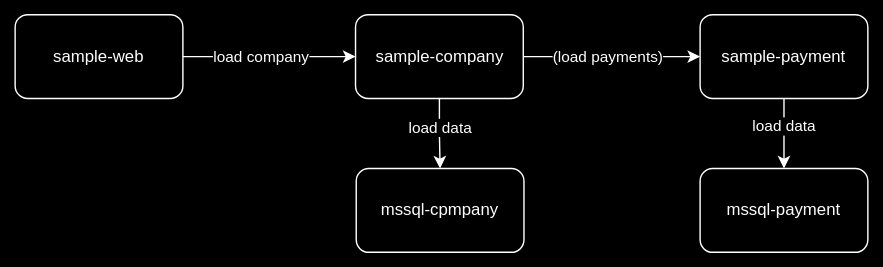
Earlier version of the draw.io export assets/sample-app.drawio.svg (andreasgerner/distributed-tracing). Source tidied: cells renumbered, new cells last; positions are measured from the earlier drawing's top-left corner, leaving out a move shared by most shapes.
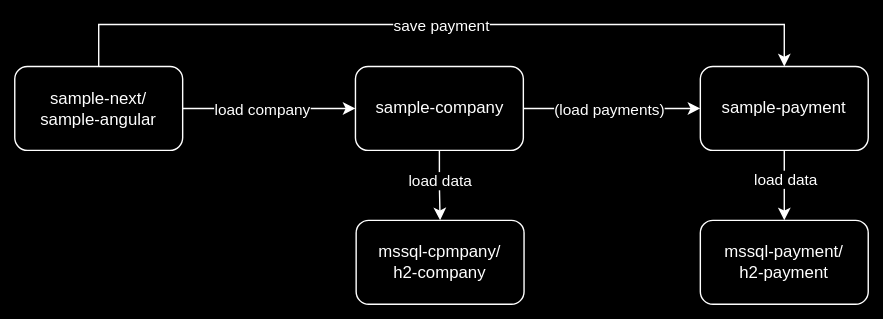
After the change.

Change to the diagram source:
```diff
@@ -8,7 +8,18 @@
     <mxCell id="3" value="load company" style="edgeLabel;html=1;align=center;verticalAlign=middle;" parent="2" vertex="1">
       <mxGeometry x="-0.1" relative="1" as="geometry" />
     </mxCell>
+    <mxCell id="15" style="edgeStyle=orthogonalEdgeStyle;rounded=0;jettySize=auto;html=1;" parent="1" edge="1" source="4" target="12">
+      <mxGeometry relative="1" as="geometry">
+        <Array as="points">
+          <mxPoint x="60" y="-30" />
+          <mxPoint x="550" y="-30" />
+        </Array>
+      </mxGeometry>
+    </mxCell>
+    <mxCell id="16" value="save payment" style="edgeLabel;html=1;align=center;verticalAlign=middle;" parent="15" vertex="1">
+      <mxGeometry relative="1" as="geometry" />
+    </mxCell>
-    <mxCell id="4" value="sample-web" style="rounded=1;whiteSpace=wrap;html=1;" parent="1" vertex="1">
+    <mxCell id="4" value="sample-next/&lt;div&gt;sample-angular&lt;/div&gt;" style="rounded=1;whiteSpace=wrap;html=1;" parent="1" vertex="1">
       <mxGeometry width="120" height="60" as="geometry" />
     </mxCell>
     <mxCell id="5" style="edgeStyle=orthogonalEdgeStyle;rounded=0;jettySize=auto;html=1;" parent="1" edge="1" source="9" target="12">
@@ -39,10 +50,10 @@
     <mxCell id="12" value="sample-payment" style="rounded=1;whiteSpace=wrap;html=1;" parent="1" vertex="1">
       <mxGeometry x="490" width="120" height="60" as="geometry" />
     </mxCell>
-    <mxCell id="13" value="mssql-payment" style="rounded=1;whiteSpace=wrap;html=1;" parent="1" vertex="1">
+    <mxCell id="13" value="mssql-payment/&lt;div&gt;h2-payment&lt;/div&gt;" style="rounded=1;whiteSpace=wrap;html=1;" parent="1" vertex="1">
       <mxGeometry x="490" y="110" width="120" height="60" as="geometry" />
     </mxCell>
-    <mxCell id="14" value="mssql-cpmpany" style="rounded=1;whiteSpace=wrap;html=1;" parent="1" vertex="1">
+    <mxCell id="14" value="mssql-cpmpany/&lt;div&gt;h2-company&lt;/div&gt;" style="rounded=1;whiteSpace=wrap;html=1;" parent="1" vertex="1">
       <mxGeometry x="244" y="110" width="120" height="60" as="geometry" />
     </mxCell>
   </root>
```
